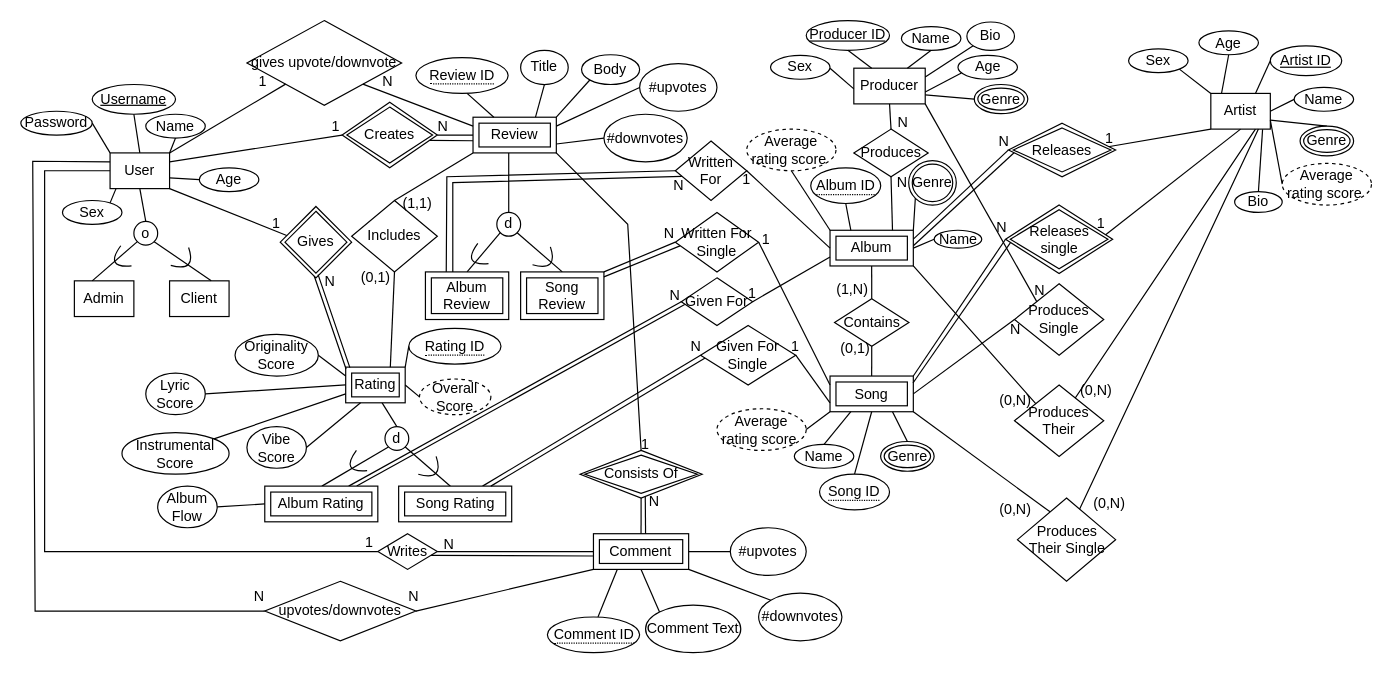
This is CPSC 471 Project EERD.drawio from alexchchen/musicrant, a draw.io file, before an edit. Source tidied: cells renumbered, new cells numbered last; positions are measured from the earlier drawing's top-left corner, leaving out a move shared by most shapes. Both pictures are drawn from the tidied source at 119%, with x=0, y=0 at pixel (20, 20).
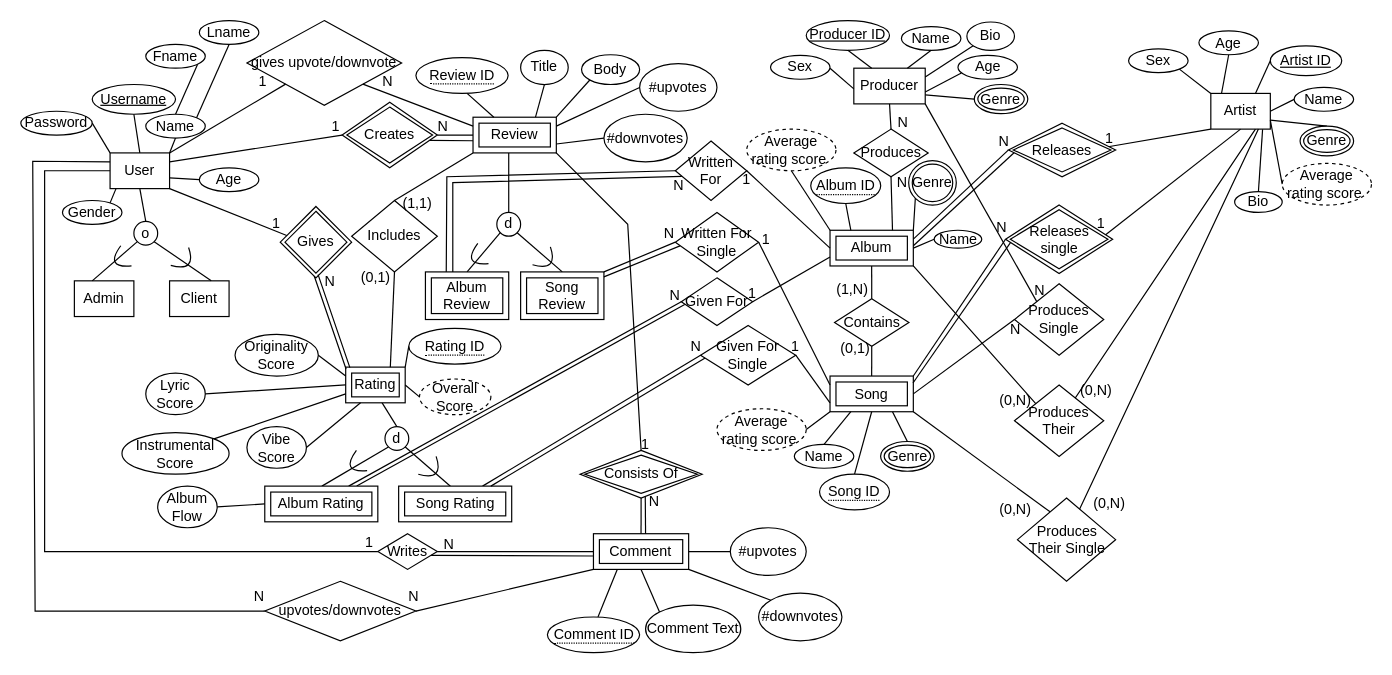
Above is the later version.

Commit message (it also covers changes not shown here):
Updated some attribute names

Unchanged cells that the change refers to:
```xml
<mxCell id="82" value="Name" style="ellipse;whiteSpace=wrap;html=1;align=center;" parent="1" vertex="1">
  <mxGeometry x="105" y="78.5" width="50" height="20" as="geometry" />
</mxCell>
```

What changed in the source:
```diff
@@
-    <mxCell id="199" value="Sex" style="ellipse;whiteSpace=wrap;html=1;align=center;" parent="1" vertex="1">
+    <mxCell id="199" value="Gender" style="ellipse;whiteSpace=wrap;html=1;align=center;" parent="1" vertex="1">
       <mxGeometry x="35" y="151" width="50" height="20" as="geometry" />
     </mxCell>
@@
+    <mxCell id="216" style="endArrow=none;html=1;rounded=0;exitX=0.5;exitY=0;exitDx=0;exitDy=0;entryX=1;entryY=1;entryDx=0;entryDy=0;" parent="1" edge="1" source="82" target="217">
+      <mxGeometry relative="1" as="geometry" />
+    </mxCell>
+    <mxCell id="217" value="Fname" style="ellipse;whiteSpace=wrap;html=1;align=center;" parent="1" vertex="1">
+      <mxGeometry x="105" y="19.8" width="50" height="20" as="geometry" />
+    </mxCell>
+    <mxCell id="218" value="Lname" style="ellipse;whiteSpace=wrap;html=1;align=center;" parent="1" vertex="1">
+      <mxGeometry x="150" y="-0.2" width="50" height="20" as="geometry" />
+    </mxCell>
+    <mxCell id="219" style="endArrow=none;html=1;rounded=0;exitX=1;exitY=0;exitDx=0;exitDy=0;entryX=0.5;entryY=1;entryDx=0;entryDy=0;" parent="1" edge="1" source="82" target="218">
+      <mxGeometry relative="1" as="geometry" />
+    </mxCell>
```
